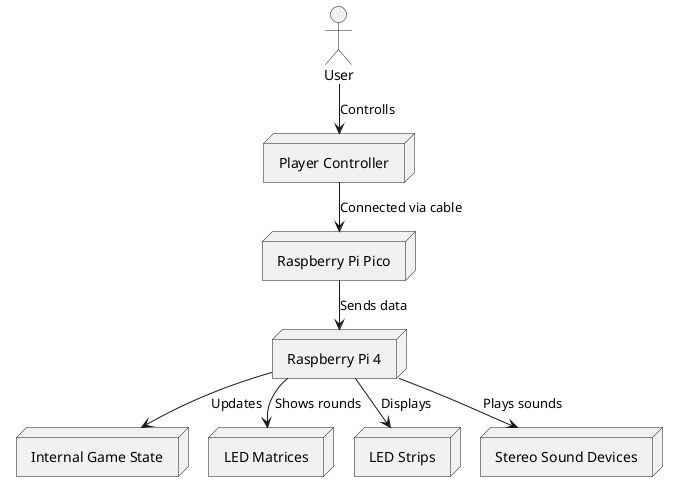
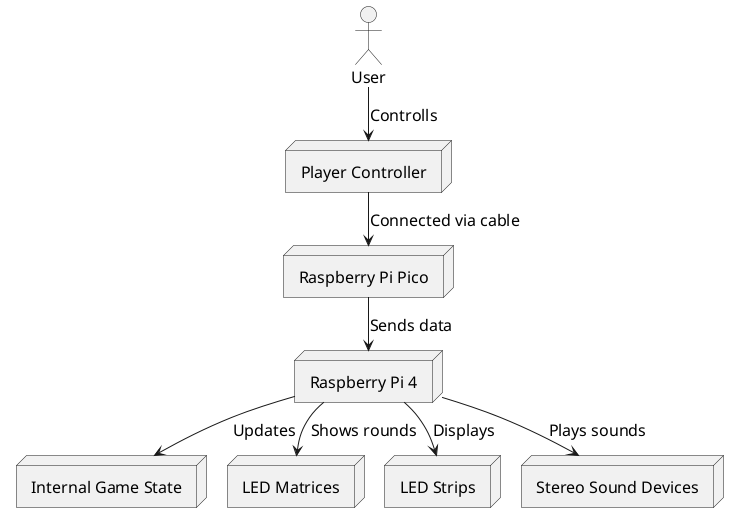
- @startuml
+ @startuml system-architecture
'!theme plain
skinparam componentStyle uml2
'skinparam linetype ortho
top to bottom direction
skinparam nodesep 20
skinparam ranksep 30
- 
+ skinparam defaultFontSize 16

actor "User" as user
node "Player Controller" as controller
node "Raspberry Pi Pico" as pico
node "Raspberry Pi 4" as rpi4

node "Internal Game State" as game
node "LED Matrices" as matrices
node "LED Strips" as leds
node "Stereo Sound Devices" as speakers

user --> controller : Controlls
controller --> pico : Connected via cable
pico --> rpi4 : Sends data

rpi4 --> game : Updates
rpi4 --> leds : Displays
rpi4 --> speakers : Plays sounds
rpi4 --> matrices : Shows rounds

@enduml